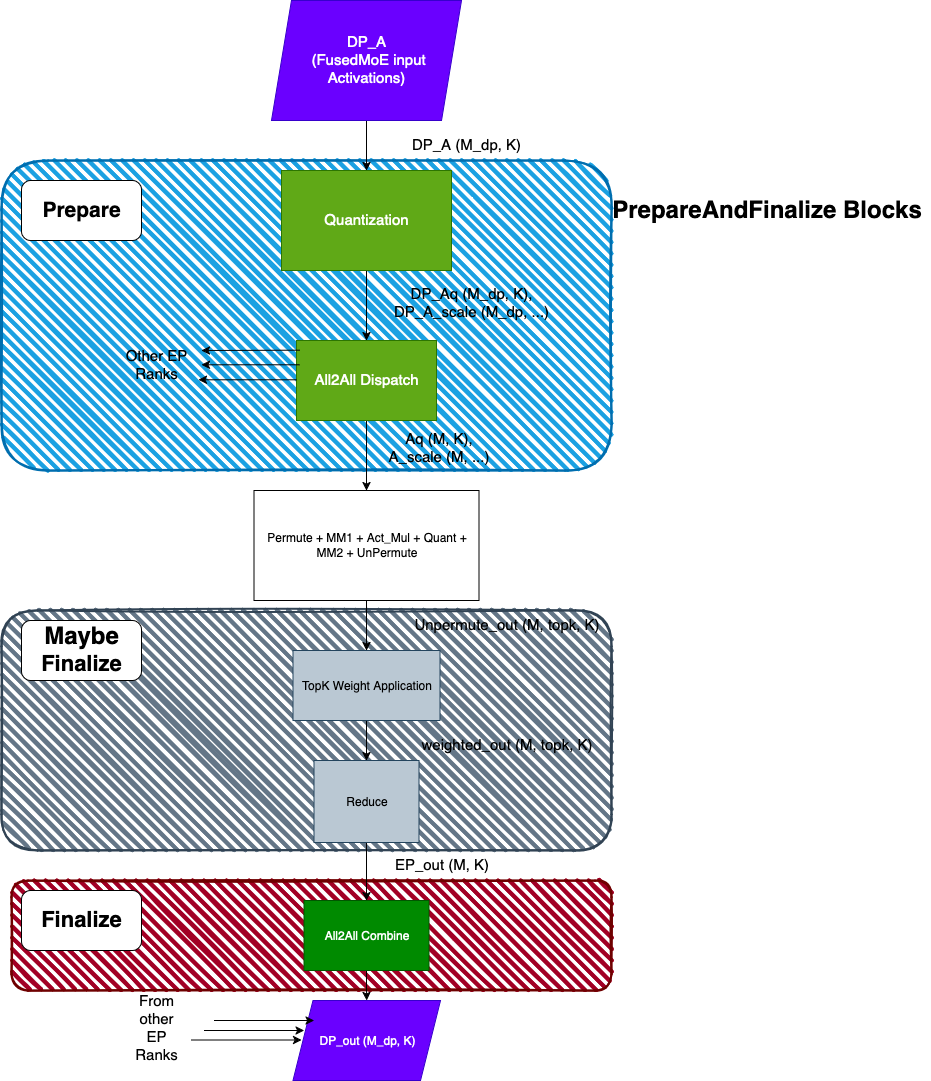
Earlier version of the draw.io export docs/assets/design/fused_moe_modular_kernel/prepare_and_finalize_blocks.png (vllm-project/vllm). Source tidied: cells renumbered, new cells last; positions are measured from the earlier drawing's top-left corner, leaving out a move shared by most shapes. The source it was exported from:
```xml
<mxGraphModel>
  <root>
    <mxCell id="0" />
    <mxCell id="1" parent="0" />
    <mxCell id="2" style="rounded=1;whiteSpace=wrap;html=1;strokeWidth=2;fillWeight=4;hachureGap=8;hachureAngle=45;fillColor=#647687;sketch=1;fontColor=#ffffff;strokeColor=#314354;" parent="1" vertex="1">
      <mxGeometry y="610" width="610" height="240" as="geometry" />
    </mxCell>
    <mxCell id="3" style="rounded=1;whiteSpace=wrap;html=1;strokeWidth=2;fillWeight=4;hachureGap=8;hachureAngle=45;fillColor=#a20025;sketch=1;fontColor=#ffffff;strokeColor=#6F0000;" parent="1" vertex="1">
      <mxGeometry x="10" y="880" width="600" height="110" as="geometry" />
    </mxCell>
    <mxCell id="4" style="rounded=1;whiteSpace=wrap;html=1;strokeWidth=2;fillWeight=4;hachureGap=8;hachureAngle=45;fillColor=#1ba1e2;sketch=1;fontColor=#ffffff;strokeColor=#006EAF;" parent="1" vertex="1">
      <mxGeometry y="160" width="610" height="310" as="geometry" />
    </mxCell>
    <mxCell id="5" style="edgeStyle=orthogonalEdgeStyle;rounded=0;jettySize=auto;html=1;entryX=0.5;entryY=0;entryDx=0;entryDy=0;" parent="1" edge="1" source="6" target="8">
      <mxGeometry relative="1" as="geometry" />
    </mxCell>
    <mxCell id="6" value="&lt;div&gt;&lt;font style=&quot;font-size: 15px;&quot;&gt;DP_A&lt;/font&gt;&lt;/div&gt;&lt;div&gt;&lt;font style=&quot;font-size: 15px;&quot;&gt;&amp;nbsp;(FusedMoE input Activations)&lt;/font&gt;&lt;/div&gt;" style="shape=parallelogram;perimeter=parallelogramPerimeter;whiteSpace=wrap;html=1;fixedSize=1;fillColor=#6a00ff;fontColor=#ffffff;strokeColor=#3700CC;" parent="1" vertex="1">
      <mxGeometry x="270" width="190" height="120" as="geometry" />
    </mxCell>
    <mxCell id="7" style="edgeStyle=orthogonalEdgeStyle;rounded=0;jettySize=auto;html=1;entryX=0.5;entryY=0;entryDx=0;entryDy=0;" parent="1" edge="1" source="8" target="11">
      <mxGeometry relative="1" as="geometry" />
    </mxCell>
    <mxCell id="8" value="&lt;font style=&quot;font-size: 15px;&quot;&gt;Quantization&lt;/font&gt;" style="rounded=0;whiteSpace=wrap;html=1;fillColor=#60a917;fontColor=#ffffff;strokeColor=#2D7600;" parent="1" vertex="1">
      <mxGeometry x="280" y="170" width="170" height="100" as="geometry" />
    </mxCell>
    <mxCell id="9" value="&lt;div&gt;&lt;font style=&quot;font-size: 15px;&quot;&gt;DP_A (M_dp, K)&lt;/font&gt;&lt;/div&gt;" style="text;html=1;align=center;verticalAlign=middle;whiteSpace=wrap;rounded=0;" parent="1" vertex="1">
      <mxGeometry x="400" y="130" width="130" height="30" as="geometry" />
    </mxCell>
    <mxCell id="10" style="edgeStyle=orthogonalEdgeStyle;rounded=0;jettySize=auto;html=1;entryX=0.5;entryY=0;entryDx=0;entryDy=0;" parent="1" edge="1" source="11" target="39">
      <mxGeometry relative="1" as="geometry" />
    </mxCell>
    <mxCell id="11" value="&lt;font style=&quot;font-size: 15px;&quot;&gt;All2All Dispatch&lt;/font&gt;" style="rounded=0;whiteSpace=wrap;html=1;fillColor=#60a917;fontColor=#ffffff;strokeColor=#2D7600;" parent="1" vertex="1">
      <mxGeometry x="295" y="340" width="140" height="80" as="geometry" />
    </mxCell>
    <mxCell id="12" value="&lt;div&gt;&lt;font style=&quot;font-size: 15px;&quot;&gt;DP_Aq (M_dp, K), &lt;br&gt;&lt;/font&gt;&lt;/div&gt;&lt;div&gt;&lt;font style=&quot;font-size: 15px;&quot;&gt;DP_A_scale (M_dp, ...)&lt;/font&gt;&lt;/div&gt;&lt;div&gt;&lt;br&gt;&lt;/div&gt;" style="text;html=1;align=center;verticalAlign=middle;whiteSpace=wrap;rounded=0;" parent="1" vertex="1">
      <mxGeometry x="380" y="290" width="180" height="40" as="geometry" />
    </mxCell>
    <mxCell id="13" value="&lt;div&gt;&lt;font style=&quot;font-size: 15px;&quot;&gt;Aq (M, K), &lt;br&gt;&lt;/font&gt;&lt;/div&gt;&lt;div&gt;&lt;font style=&quot;font-size: 15px;&quot;&gt;A_scale (M, ...)&lt;/font&gt;&lt;/div&gt;&lt;div&gt;&lt;br&gt;&lt;/div&gt;" style="text;html=1;align=center;verticalAlign=middle;whiteSpace=wrap;rounded=0;" parent="1" vertex="1">
      <mxGeometry x="380" y="440" width="115" height="30" as="geometry" />
    </mxCell>
    <mxCell id="14" style="edgeStyle=orthogonalEdgeStyle;rounded=0;jettySize=auto;html=1;entryX=0;entryY=0.5;entryDx=0;entryDy=0;" parent="1" edge="1" source="x">
      <mxGeometry relative="1" as="geometry">
        <mxPoint x="285" y="570" as="targetPoint" />
      </mxGeometry>
    </mxCell>
    <mxCell id="15" style="edgeStyle=orthogonalEdgeStyle;rounded=0;jettySize=auto;html=1;entryX=0;entryY=0.5;entryDx=0;entryDy=0;" parent="1" edge="1" source="x">
      <mxGeometry relative="1" as="geometry">
        <mxPoint x="620" y="570" as="targetPoint" />
      </mxGeometry>
    </mxCell>
    <mxCell id="16" style="edgeStyle=orthogonalEdgeStyle;rounded=0;jettySize=auto;html=1;entryX=0.5;entryY=0;entryDx=0;entryDy=0;" parent="1" edge="1" source="x">
      <mxGeometry relative="1" as="geometry">
        <mxPoint x="661.2" y="660" as="targetPoint" />
      </mxGeometry>
    </mxCell>
    <mxCell id="17" style="edgeStyle=orthogonalEdgeStyle;rounded=0;jettySize=auto;html=1;entryX=1;entryY=0.5;entryDx=0;entryDy=0;" parent="1" edge="1" target="x">
      <mxGeometry relative="1" as="geometry">
        <mxPoint x="610" y="690" as="sourcePoint" />
      </mxGeometry>
    </mxCell>
    <mxCell id="18" style="edgeStyle=orthogonalEdgeStyle;rounded=0;jettySize=auto;html=1;entryX=1;entryY=0.5;entryDx=0;entryDy=0;" parent="1" edge="1" target="x">
      <mxGeometry relative="1" as="geometry">
        <mxPoint x="285" y="690" as="sourcePoint" />
      </mxGeometry>
    </mxCell>
    <mxCell id="19" style="edgeStyle=orthogonalEdgeStyle;rounded=0;jettySize=auto;html=1;entryX=0.5;entryY=0;entryDx=0;entryDy=0;" parent="1" edge="1" source="20" target="22">
      <mxGeometry relative="1" as="geometry" />
    </mxCell>
    <mxCell id="20" value="&lt;div&gt;TopK Weight Application&lt;/div&gt;" style="rounded=0;whiteSpace=wrap;html=1;fillColor=#bac8d3;strokeColor=#23445d;" parent="1" vertex="1">
      <mxGeometry x="291.5" y="650" width="147" height="70" as="geometry" />
    </mxCell>
    <mxCell id="21" style="edgeStyle=orthogonalEdgeStyle;rounded=0;jettySize=auto;html=1;entryX=0.5;entryY=0;entryDx=0;entryDy=0;" parent="1" edge="1" source="22" target="24">
      <mxGeometry relative="1" as="geometry" />
    </mxCell>
    <mxCell id="22" value="&lt;div&gt;Reduce&lt;br&gt;&lt;/div&gt;" style="rounded=0;whiteSpace=wrap;html=1;fillColor=#bac8d3;strokeColor=#23445d;" parent="1" vertex="1">
      <mxGeometry x="312.5" y="760" width="105" height="82" as="geometry" />
    </mxCell>
    <mxCell id="23" style="edgeStyle=orthogonalEdgeStyle;rounded=0;jettySize=auto;html=1;" parent="1" edge="1" source="24" target="25">
      <mxGeometry relative="1" as="geometry" />
    </mxCell>
    <mxCell id="24" value="All2All Combine" style="rounded=0;whiteSpace=wrap;html=1;fillColor=#008a00;strokeColor=#005700;fontColor=#ffffff;" parent="1" vertex="1">
      <mxGeometry x="302.5" y="900" width="125" height="70" as="geometry" />
    </mxCell>
    <mxCell id="25" value="&lt;div&gt;DP_out (M_dp, K)&lt;/div&gt;" style="shape=parallelogram;perimeter=parallelogramPerimeter;whiteSpace=wrap;html=1;fixedSize=1;fillColor=#6a00ff;fontColor=#ffffff;strokeColor=#3700CC;" parent="1" vertex="1">
      <mxGeometry x="291.5" y="1000" width="147.5" height="80" as="geometry" />
    </mxCell>
    <mxCell id="26" value="&lt;div&gt;&lt;font style=&quot;font-size: 15px;&quot;&gt;Unpermute_out (M, topk, K)&lt;/font&gt;&lt;/div&gt;" style="text;html=1;align=center;verticalAlign=middle;strokeColor=none;fillColor=none;" parent="1" vertex="1">
      <mxGeometry x="400" y="610" width="210" height="30" as="geometry" />
    </mxCell>
    <mxCell id="27" value="&lt;div&gt;&lt;font style=&quot;font-size: 15px;&quot;&gt;weighted_out (M, topk, K)&lt;/font&gt;&lt;/div&gt;" style="text;html=1;align=center;verticalAlign=middle;strokeColor=none;fillColor=none;" parent="1" vertex="1">
      <mxGeometry x="410" y="730" width="190" height="30" as="geometry" />
    </mxCell>
    <mxCell id="28" value="&lt;div&gt;&lt;font style=&quot;font-size: 15px;&quot;&gt;EP_out (M, K)&lt;/font&gt;&lt;/div&gt;" style="text;html=1;align=center;verticalAlign=middle;strokeColor=none;fillColor=none;" parent="1" vertex="1">
      <mxGeometry x="380" y="850" width="120" height="30" as="geometry" />
    </mxCell>
    <mxCell id="29" style="endArrow=classic;html=1;rounded=0;exitX=0.024;exitY=0.121;exitDx=0;exitDy=0;exitPerimeter=0;" parent="1" edge="1" source="11">
      <mxGeometry relative="1" as="geometry">
        <mxPoint x="200" y="350" as="targetPoint" />
      </mxGeometry>
    </mxCell>
    <mxCell id="30" value="&lt;font style=&quot;font-size: 15px;&quot;&gt;Other EP Ranks&lt;/font&gt;" style="text;html=1;align=center;verticalAlign=middle;whiteSpace=wrap;rounded=0;" parent="1" vertex="1">
      <mxGeometry x="120" y="340" width="70" height="50" as="geometry" />
    </mxCell>
    <mxCell id="31" style="endArrow=classic;html=1;rounded=0;exitX=0.024;exitY=0.121;exitDx=0;exitDy=0;exitPerimeter=0;" parent="1" edge="1">
      <mxGeometry relative="1" as="geometry">
        <mxPoint x="298" y="364.3" as="sourcePoint" />
        <mxPoint x="200" y="364.3" as="targetPoint" />
      </mxGeometry>
    </mxCell>
    <mxCell id="32" style="endArrow=classic;html=1;rounded=0;exitX=0.024;exitY=0.121;exitDx=0;exitDy=0;exitPerimeter=0;" parent="1" edge="1">
      <mxGeometry relative="1" as="geometry">
        <mxPoint x="295" y="379.3" as="sourcePoint" />
        <mxPoint x="197" y="379.3" as="targetPoint" />
      </mxGeometry>
    </mxCell>
    <mxCell id="33" style="endArrow=classic;html=1;rounded=0;entryX=0;entryY=0.5;entryDx=0;entryDy=0;" parent="1" edge="1">
      <mxGeometry relative="1" as="geometry">
        <mxPoint x="190" y="1039.5" as="sourcePoint" />
        <mxPoint x="300" y="1039.5" as="targetPoint" />
      </mxGeometry>
    </mxCell>
    <mxCell id="34" style="endArrow=classic;html=1;rounded=0;entryX=0;entryY=0.5;entryDx=0;entryDy=0;" parent="1" edge="1">
      <mxGeometry relative="1" as="geometry">
        <mxPoint x="212.5" y="1020" as="sourcePoint" />
        <mxPoint x="312.5" y="1020" as="targetPoint" />
      </mxGeometry>
    </mxCell>
    <mxCell id="35" value="&lt;div&gt;&lt;font style=&quot;font-size: 15px;&quot;&gt;From other EP Ranks&lt;/font&gt;&lt;/div&gt;&lt;div&gt;&lt;br&gt;&lt;/div&gt;" style="text;html=1;align=center;verticalAlign=middle;whiteSpace=wrap;rounded=0;" parent="1" vertex="1">
      <mxGeometry x="125" y="1020" width="60" height="30" as="geometry" />
    </mxCell>
    <mxCell id="36" style="edgeStyle=orthogonalEdgeStyle;rounded=0;orthogonalLoop=1;jettySize=auto;html=1;exitX=0.5;exitY=1;exitDx=0;exitDy=0;" parent="1" edge="1">
      <mxGeometry relative="1" as="geometry">
        <mxPoint x="194.4" y="690" as="sourcePoint" />
        <mxPoint x="194.5" y="690" as="targetPoint" />
      </mxGeometry>
    </mxCell>
    <mxCell id="37" value="&lt;font style=&quot;font-size: 24px;&quot;&gt;&lt;b&gt;PrepareAndFinalize Blocks&lt;/b&gt;&lt;/font&gt;" style="text;html=1;align=center;verticalAlign=middle;strokeColor=none;fillColor=none;" parent="1" vertex="1">
      <mxGeometry x="600" y="190" width="330" height="40" as="geometry" />
    </mxCell>
    <mxCell id="38" style="edgeStyle=orthogonalEdgeStyle;rounded=0;jettySize=auto;html=1;entryX=0.5;entryY=0;entryDx=0;entryDy=0;" parent="1" edge="1" source="39" target="20">
      <mxGeometry relative="1" as="geometry" />
    </mxCell>
    <mxCell id="39" value="&lt;div&gt;Permute + MM1 + Act_Mul + Quant + MM2 + UnPermute &lt;br&gt;&lt;/div&gt;" style="rounded=0;whiteSpace=wrap;html=1;" parent="1" vertex="1">
      <mxGeometry x="252.5" y="490" width="225" height="110" as="geometry" />
    </mxCell>
    <mxCell id="40" style="endArrow=classic;html=1;rounded=0;entryX=0;entryY=0.5;entryDx=0;entryDy=0;" parent="1" edge="1">
      <mxGeometry relative="1" as="geometry">
        <mxPoint x="202.5" y="1030" as="sourcePoint" />
        <mxPoint x="302.5" y="1030" as="targetPoint" />
      </mxGeometry>
    </mxCell>
    <mxCell id="41" value="&lt;font style=&quot;font-size: 21px;&quot;&gt;&lt;b&gt;Prepare&lt;/b&gt;&lt;/font&gt;" style="rounded=1;whiteSpace=wrap;html=1;" parent="1" vertex="1">
      <mxGeometry x="20" y="180" width="120" height="60" as="geometry" />
    </mxCell>
    <mxCell id="42" value="&lt;font style=&quot;font-size: 22px;&quot;&gt;&lt;b&gt;Finalize&lt;/b&gt;&lt;/font&gt;" style="rounded=1;whiteSpace=wrap;html=1;" parent="1" vertex="1">
      <mxGeometry x="20" y="890" width="120" height="60" as="geometry" />
    </mxCell>
    <mxCell id="43" value="&lt;b&gt;&lt;font style=&quot;font-size: 24px;&quot;&gt;Maybe&lt;/font&gt; &lt;/b&gt;&lt;font style=&quot;font-size: 22px;&quot;&gt;&lt;b&gt;Finalize&lt;/b&gt;&lt;/font&gt;" style="rounded=1;whiteSpace=wrap;html=1;" parent="1" vertex="1">
      <mxGeometry x="20" y="620" width="120" height="60" as="geometry" />
    </mxCell>
  </root>
</mxGraphModel>
```
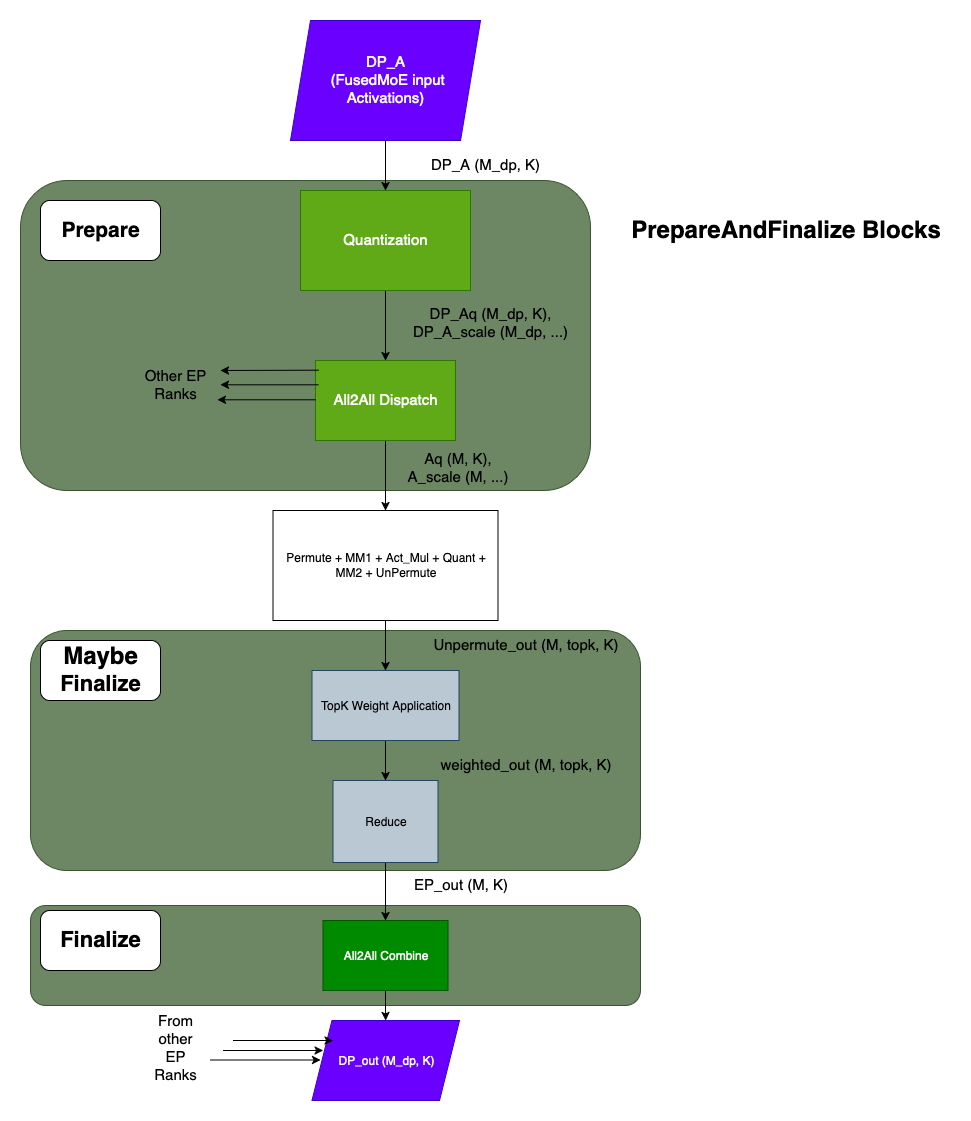
After the change.

The edit, as a diff of the source:
```diff
@@ -2,15 +2,15 @@
   <root>
     <mxCell id="0" />
     <mxCell id="1" parent="0" />
-    <mxCell id="2" style="rounded=1;whiteSpace=wrap;html=1;strokeWidth=2;fillWeight=4;hachureGap=8;hachureAngle=45;fillColor=#647687;sketch=1;fontColor=#ffffff;strokeColor=#314354;" parent="1" vertex="1">
-      <mxGeometry y="610" width="610" height="240" as="geometry" />
-    </mxCell>
-    <mxCell id="3" style="rounded=1;whiteSpace=wrap;html=1;strokeWidth=2;fillWeight=4;hachureGap=8;hachureAngle=45;fillColor=#a20025;sketch=1;fontColor=#ffffff;strokeColor=#6F0000;" parent="1" vertex="1">
-      <mxGeometry x="10" y="880" width="600" height="110" as="geometry" />
-    </mxCell>
-    <mxCell id="4" style="rounded=1;whiteSpace=wrap;html=1;strokeWidth=2;fillWeight=4;hachureGap=8;hachureAngle=45;fillColor=#1ba1e2;sketch=1;fontColor=#ffffff;strokeColor=#006EAF;" parent="1" vertex="1">
-      <mxGeometry y="160" width="610" height="310" as="geometry" />
-    </mxCell>
+    <mxCell id="44" style="rounded=1;whiteSpace=wrap;html=1;fillColor=#6d8764;fontColor=#ffffff;strokeColor=#3A5431;" parent="1" vertex="1">
+      <mxGeometry x="10" y="885" width="610" height="100" as="geometry" />
+    </mxCell>
+    <mxCell id="45" style="rounded=1;whiteSpace=wrap;html=1;fillColor=#6d8764;fontColor=#ffffff;strokeColor=#3A5431;" parent="1" vertex="1">
+      <mxGeometry x="10" y="610" width="610" height="240" as="geometry" />
+    </mxCell>
+    <mxCell id="46" style="rounded=1;whiteSpace=wrap;html=1;fillColor=#6d8764;fontColor=#ffffff;strokeColor=#3A5431;" parent="1" vertex="1">
+      <mxGeometry y="160" width="570" height="310" as="geometry" />
+    </mxCell>
     <mxCell id="5" style="edgeStyle=orthogonalEdgeStyle;rounded=0;jettySize=auto;html=1;entryX=0.5;entryY=0;entryDx=0;entryDy=0;" parent="1" edge="1" source="6" target="8">
       <mxGeometry relative="1" as="geometry" />
     </mxCell>
@@ -38,27 +38,27 @@
     <mxCell id="13" value="&lt;div&gt;&lt;font style=&quot;font-size: 15px;&quot;&gt;Aq (M, K), &lt;br&gt;&lt;/font&gt;&lt;/div&gt;&lt;div&gt;&lt;font style=&quot;font-size: 15px;&quot;&gt;A_scale (M, ...)&lt;/font&gt;&lt;/div&gt;&lt;div&gt;&lt;br&gt;&lt;/div&gt;" style="text;html=1;align=center;verticalAlign=middle;whiteSpace=wrap;rounded=0;" parent="1" vertex="1">
       <mxGeometry x="380" y="440" width="115" height="30" as="geometry" />
     </mxCell>
-    <mxCell id="14" style="edgeStyle=orthogonalEdgeStyle;rounded=0;jettySize=auto;html=1;entryX=0;entryY=0.5;entryDx=0;entryDy=0;" parent="1" edge="1" source="x">
+    <mxCell id="14" style="edgeStyle=orthogonalEdgeStyle;rounded=0;orthogonalLoop=1;jettySize=auto;html=1;entryX=0;entryY=0.5;entryDx=0;entryDy=0;" parent="1" edge="1">
       <mxGeometry relative="1" as="geometry">
         <mxPoint x="285" y="570" as="targetPoint" />
       </mxGeometry>
     </mxCell>
-    <mxCell id="15" style="edgeStyle=orthogonalEdgeStyle;rounded=0;jettySize=auto;html=1;entryX=0;entryY=0.5;entryDx=0;entryDy=0;" parent="1" edge="1" source="x">
+    <mxCell id="15" style="edgeStyle=orthogonalEdgeStyle;rounded=0;orthogonalLoop=1;jettySize=auto;html=1;entryX=0;entryY=0.5;entryDx=0;entryDy=0;" parent="1" edge="1">
       <mxGeometry relative="1" as="geometry">
         <mxPoint x="620" y="570" as="targetPoint" />
       </mxGeometry>
     </mxCell>
-    <mxCell id="16" style="edgeStyle=orthogonalEdgeStyle;rounded=0;jettySize=auto;html=1;entryX=0.5;entryY=0;entryDx=0;entryDy=0;" parent="1" edge="1" source="x">
+    <mxCell id="16" style="edgeStyle=orthogonalEdgeStyle;rounded=0;orthogonalLoop=1;jettySize=auto;html=1;entryX=0.5;entryY=0;entryDx=0;entryDy=0;" parent="1" edge="1">
       <mxGeometry relative="1" as="geometry">
         <mxPoint x="661.2" y="660" as="targetPoint" />
       </mxGeometry>
     </mxCell>
-    <mxCell id="17" style="edgeStyle=orthogonalEdgeStyle;rounded=0;jettySize=auto;html=1;entryX=1;entryY=0.5;entryDx=0;entryDy=0;" parent="1" edge="1" target="x">
+    <mxCell id="17" style="edgeStyle=orthogonalEdgeStyle;rounded=0;orthogonalLoop=1;jettySize=auto;html=1;entryX=1;entryY=0.5;entryDx=0;entryDy=0;" parent="1" edge="1">
       <mxGeometry relative="1" as="geometry">
         <mxPoint x="610" y="690" as="sourcePoint" />
       </mxGeometry>
     </mxCell>
-    <mxCell id="18" style="edgeStyle=orthogonalEdgeStyle;rounded=0;jettySize=auto;html=1;entryX=1;entryY=0.5;entryDx=0;entryDy=0;" parent="1" edge="1" target="x">
+    <mxCell id="18" style="edgeStyle=orthogonalEdgeStyle;rounded=0;orthogonalLoop=1;jettySize=auto;html=1;entryX=1;entryY=0.5;entryDx=0;entryDy=0;" parent="1" edge="1">
       <mxGeometry relative="1" as="geometry">
         <mxPoint x="285" y="690" as="sourcePoint" />
       </mxGeometry>
```
